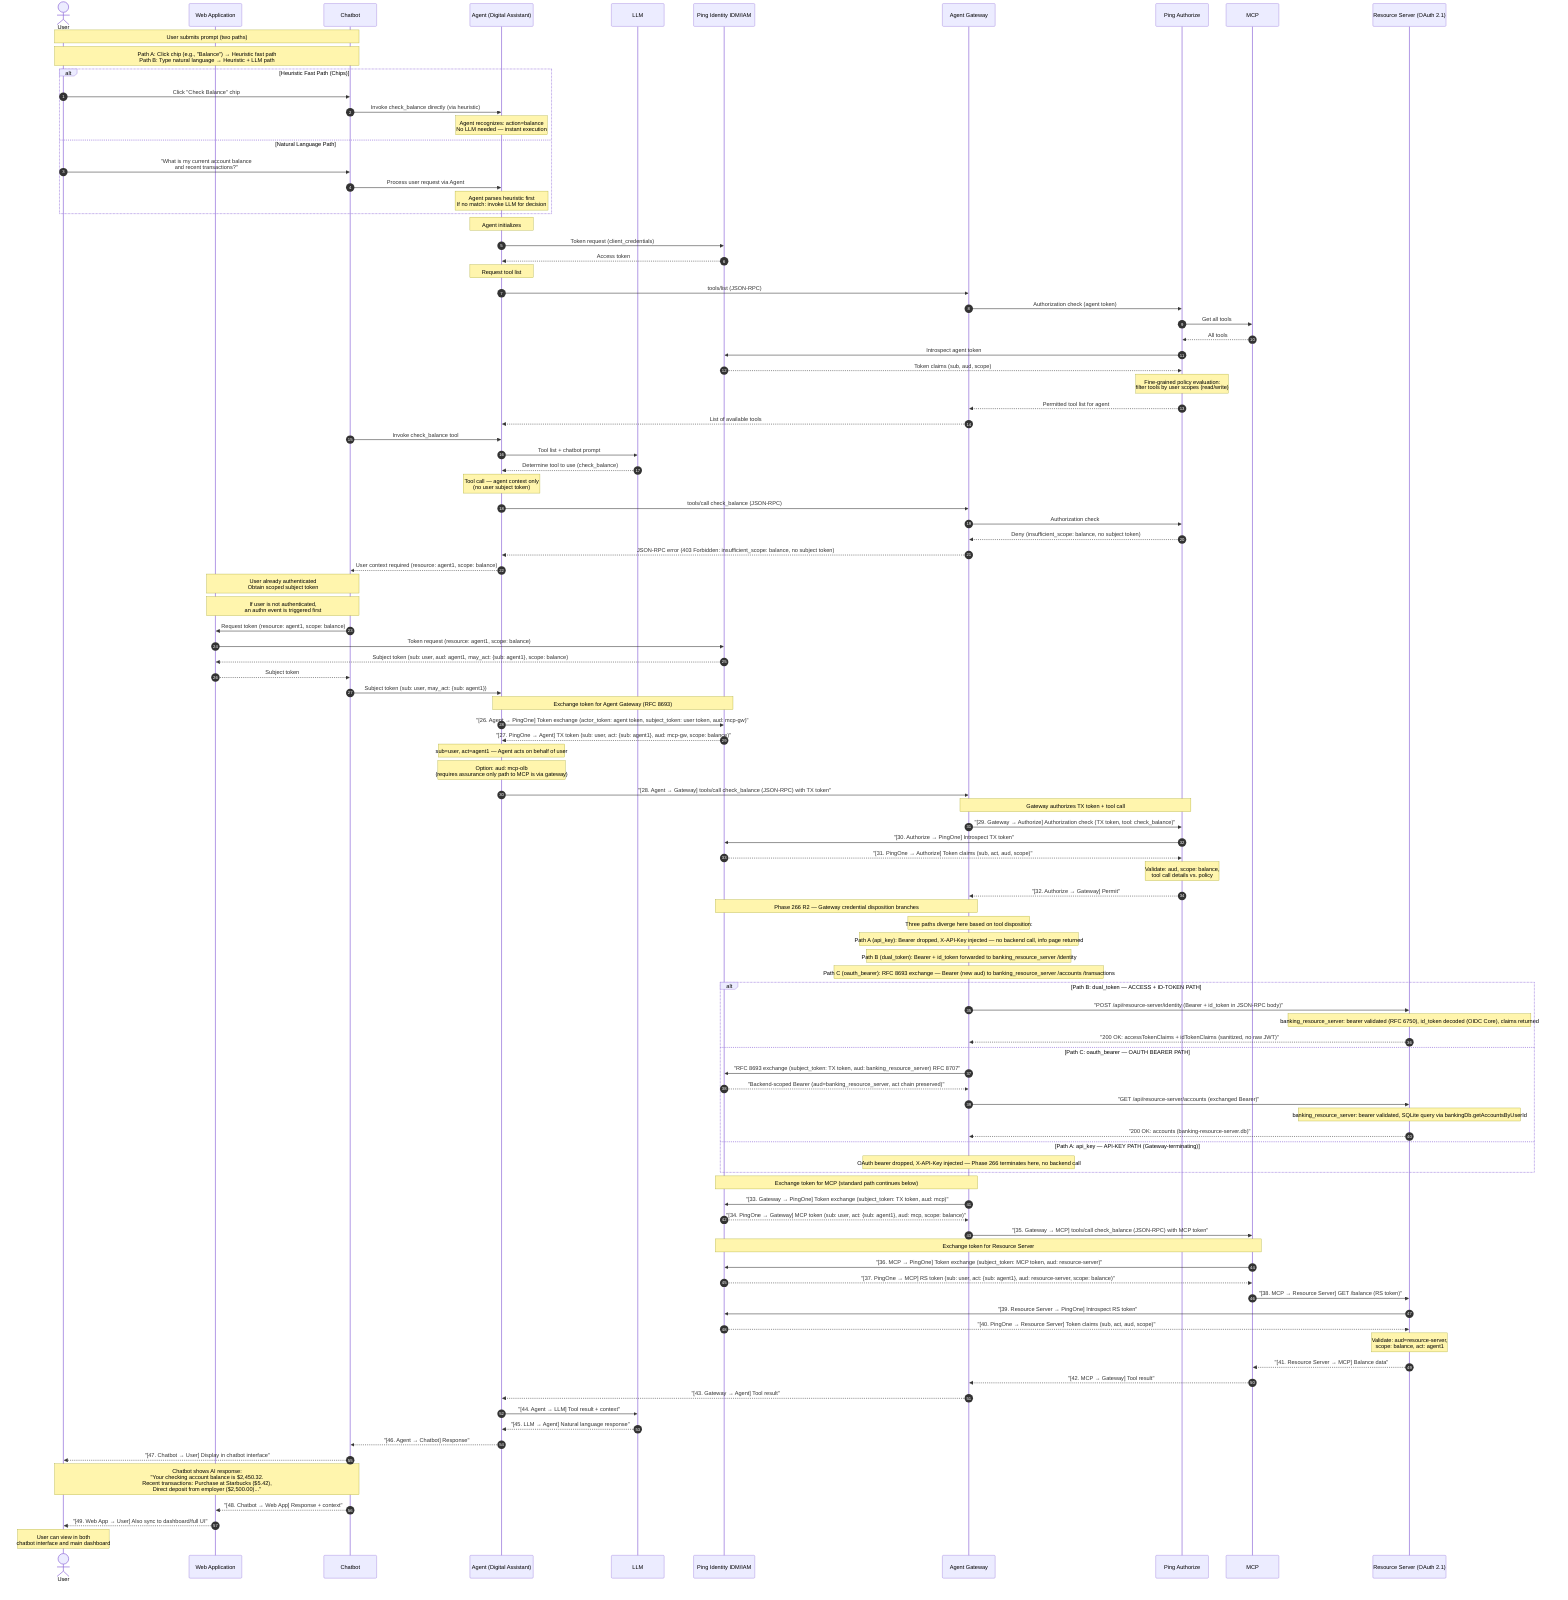
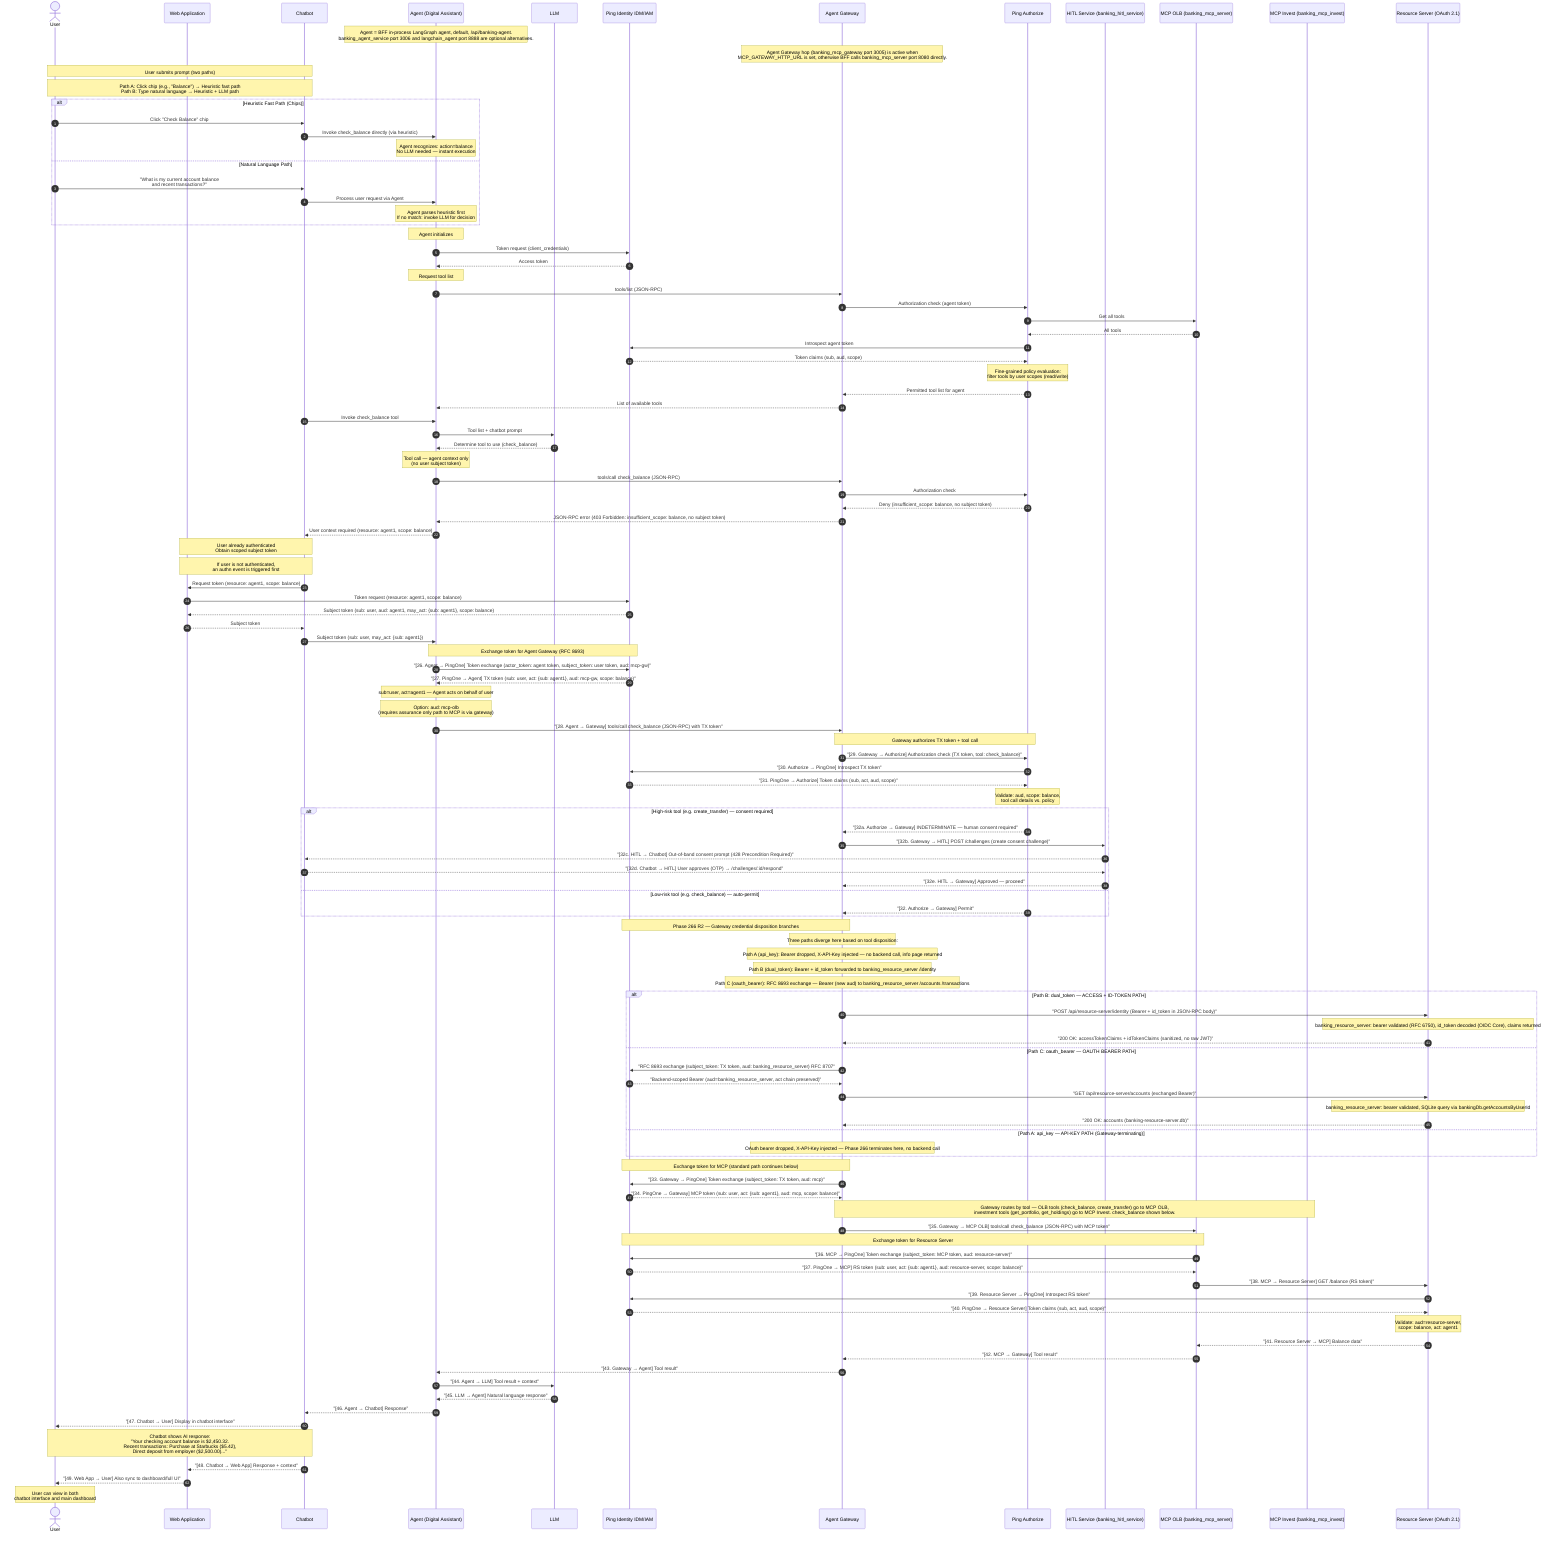
%% Phase 266 R2 (2026-05-11): Three credential dispositions at the Agent Gateway.
%% Path A (api_key): OAuth bearer dropped; X-API-Key injected — Gateway-terminating, no backend call.
%% Path B (dual_token): Bearer + id_token forwarded to banking_resource_server /identity — RFC 8693 + RFC 8707 + OIDC Core ss3.1.3.7.
%% Path C (oauth_bearer): RFC 8693 exchange; Bearer (new aud) forwarded to banking_resource_server /accounts /transactions (SQLite-backed).
%% banking_resource_server serves both Path B and Path C at different routes with the same authenticateToken middleware.

sequenceDiagram
    autonumber
    actor U as User
    participant WA as Web Application
    participant CB as Chatbot
    participant A as Agent (Digital Assistant)
    participant LLM as LLM
    participant PID as Ping Identity IDM/IAM
    participant AG as Agent Gateway
    participant PA as Ping Authorize
-     participant MCP as MCP
+     participant HITL as HITL Service (banking_hitl_service)
+     participant MCP as MCP OLB (banking_mcp_server)
+     participant INV as MCP Invest (banking_mcp_invest)
    participant RS as Resource Server (OAuth 2.1)
+ 
+     Note over A: Agent = BFF in-process LangGraph agent, default, /api/banking-agent.<br/>banking_agent_service port 3006 and langchain_agent port 8888 are optional alternatives.
+     Note over AG: Agent Gateway hop (banking_mcp_gateway port 3005) is active when<br/>MCP_GATEWAY_HTTP_URL is set, otherwise BFF calls banking_mcp_server port 8080 directly.

    Note over U,CB: User submits prompt (two paths)
    Note over U,CB: Path A: Click chip (e.g., "Balance") → Heuristic fast path<br/>Path B: Type natural language → Heuristic + LLM path

    alt Heuristic Fast Path (Chips)
        U->>CB: Click "Check Balance" chip
        CB->>A: Invoke check_balance directly (via heuristic)
        Note over A: Agent recognizes: action=balance<br/>No LLM needed — instant execution
    else Natural Language Path
        U->>CB: "What is my current account balance<br/>and recent transactions?"
        CB->>A: Process user request via Agent
        Note over A: Agent parses heuristic first<br/>If no match: invoke LLM for decision
    end

    Note over A: Agent initializes
    A->>PID: Token request (client_credentials)
    PID-->>A: Access token

    Note over A: Request tool list
    A->>AG: tools/list (JSON-RPC)
    AG->>PA: Authorization check (agent token)
    PA->>MCP: Get all tools
    MCP-->>PA: All tools
    PA->>PID: Introspect agent token
    PID-->>PA: Token claims (sub, aud, scope)
    Note over PA: Fine-grained policy evaluation:<br/>filter tools by user scopes (read/write)
    PA-->>AG: Permitted tool list for agent
    AG-->>A: List of available tools
    CB->>A: Invoke check_balance tool
    A->>LLM: Tool list + chatbot prompt
    LLM-->>A: Determine tool to use (check_balance)

    Note over A: Tool call — agent context only <br/> (no user subject token)
    A->>AG: tools/call check_balance (JSON-RPC)
    AG->>PA: Authorization check
    PA-->>AG: Deny (insufficient_scope: balance, no subject token)
    AG-->>A: JSON-RPC error (403 Forbidden: insufficient_scope: balance, no subject token)

    A-->>CB: User context required (resource: agent1, scope: balance)

    Note over CB,WA: User already authenticated <br/>Obtain scoped subject token
    Note over CB,WA: If user is not authenticated,<br/>an authn event is triggered first
    CB->>WA: Request token (resource: agent1, scope: balance)
    WA->>PID: Token request (resource: agent1, scope: balance)
    PID-->>WA: Subject token (sub: user, aud: agent1, may_act: {sub: agent1}, scope: balance)
    WA-->>CB: Subject token
    CB->>A: Subject token (sub: user, may_act: {sub: agent1})

    Note over A,PID: Exchange token for Agent Gateway (RFC 8693)
    A->>PID: "[26. Agent → PingOne] Token exchange (actor_token: agent token, subject_token: user token, aud: mcp-gw)"
    PID-->>A: "[27. PingOne → Agent] TX token (sub: user, act: {sub: agent1}, aud: mcp-gw, scope: balance)"
    Note over A: sub=user, act=agent1 — Agent acts on behalf of user
    Note over A: Option: aud: mcp-olb<br/>(requires assurance only path to MCP is via gateway)

    A->>AG: "[28. Agent → Gateway] tools/call check_balance (JSON-RPC) with TX token"

    Note over AG,PA: Gateway authorizes TX token + tool call
    AG->>PA: "[29. Gateway → Authorize] Authorization check (TX token, tool: check_balance)"
    PA->>PID: "[30. Authorize → PingOne] Introspect TX token"
    PID-->>PA: "[31. PingOne → Authorize] Token claims (sub, act, aud, scope)"
    Note over PA: Validate: aud, scope: balance,<br/>tool call details vs. policy
-     PA-->>AG: "[32. Authorize → Gateway] Permit"
+     alt High-risk tool (e.g. create_transfer) — consent required
+         PA-->>AG: "[32a. Authorize → Gateway] INDETERMINATE — human consent required"
+         AG->>HITL: "[32b. Gateway → HITL] POST /challenges (create consent challenge)"
+         HITL-->>CB: "[32c. HITL → Chatbot] Out-of-band consent prompt (428 Precondition Required)"
+         CB-->>HITL: "[32d. Chatbot → HITL] User approves (OTP) → /challenges/:id/respond"
+         HITL-->>AG: "[32e. HITL → Gateway] Approved — proceed"
+     else Low-risk tool (e.g. check_balance) — auto-permit
+         PA-->>AG: "[32. Authorize → Gateway] Permit"
+     end
    Note over AG,PID: Phase 266 R2 — Gateway credential disposition branches
    Note over AG: Three paths diverge here based on tool disposition:
    Note over AG: Path A (api_key): Bearer dropped, X-API-Key injected — no backend call, info page returned
    Note over AG: Path B (dual_token): Bearer + id_token forwarded to banking_resource_server /identity
    Note over AG: Path C (oauth_bearer): RFC 8693 exchange — Bearer (new aud) to banking_resource_server /accounts /transactions

    alt Path B: dual_token — ACCESS + ID-TOKEN PATH
        AG->>RS: "POST /api/resource-server/identity (Bearer + id_token in JSON-RPC body)"
        Note over RS: banking_resource_server: bearer validated (RFC 6750), id_token decoded (OIDC Core), claims returned
        RS-->>AG: "200 OK: accessTokenClaims + idTokenClaims (sanitized, no raw JWT)"
    else Path C: oauth_bearer — OAUTH BEARER PATH
        AG->>PID: "RFC 8693 exchange (subject_token: TX token, aud: banking_resource_server) RFC 8707"
        PID-->>AG: "Backend-scoped Bearer (aud=banking_resource_server, act chain preserved)"
        AG->>RS: "GET /api/resource-server/accounts (exchanged Bearer)"
        Note over RS: banking_resource_server: bearer validated, SQLite query via bankingDb.getAccountsByUserId
        RS-->>AG: "200 OK: accounts (banking-resource-server.db)"
    else Path A: api_key — API-KEY PATH (Gateway-terminating)
        Note over AG: OAuth bearer dropped, X-API-Key injected — Phase 266 terminates here, no backend call
    end

    Note over AG,PID: Exchange token for MCP (standard path continues below)
    AG->>PID: "[33. Gateway → PingOne] Token exchange (subject_token: TX token, aud: mcp)"
    PID-->>AG: "[34. PingOne → Gateway] MCP token (sub: user, act: {sub: agent1}, aud: mcp, scope: balance)"
-     AG->>MCP: "[35. Gateway → MCP] tools/call check_balance (JSON-RPC) with MCP token"
+     Note over AG,INV: Gateway routes by tool — OLB tools (check_balance, create_transfer) go to MCP OLB,<br/>investment tools (get_portfolio, get_holdings) go to MCP Invest. check_balance shown below.
+     AG->>MCP: "[35. Gateway → MCP OLB] tools/call check_balance (JSON-RPC) with MCP token"
    Note over MCP,PID: Exchange token for Resource Server
    MCP->>PID: "[36. MCP → PingOne] Token exchange (subject_token: MCP token, aud: resource-server)"
    PID-->>MCP: "[37. PingOne → MCP] RS token (sub: user, act: {sub: agent1}, aud: resource-server, scope: balance)"
    MCP->>RS: "[38. MCP → Resource Server] GET /balance (RS token)"
    RS->>PID: "[39. Resource Server → PingOne] Introspect RS token"
    PID-->>RS: "[40. PingOne → Resource Server] Token claims (sub, act, aud, scope)"
    Note over RS: Validate: aud=resource-server,<br/>scope: balance, act: agent1
    RS-->>MCP: "[41. Resource Server → MCP] Balance data"
    MCP-->>AG: "[42. MCP → Gateway] Tool result"
    AG-->>A: "[43. Gateway → Agent] Tool result"
    A->>LLM: "[44. Agent → LLM] Tool result + context"
    LLM-->>A: "[45. LLM → Agent] Natural language response"
    A-->>CB: "[46. Agent → Chatbot] Response"
    CB-->>U: "[47. Chatbot → User] Display in chatbot interface"
    Note over CB,U: Chatbot shows AI response:<br/>"Your checking account balance is $2,450.32.<br/>Recent transactions: Purchase at Starbucks ($5.42),<br/>Direct deposit from employer ($2,500.00)..."
    CB-->>WA: "[48. Chatbot → Web App] Response + context"
    WA-->>U: "[49. Web App → User] Also sync to dashboard/full UI"
    Note over U: User can view in both<br/>chatbot interface and main dashboard
